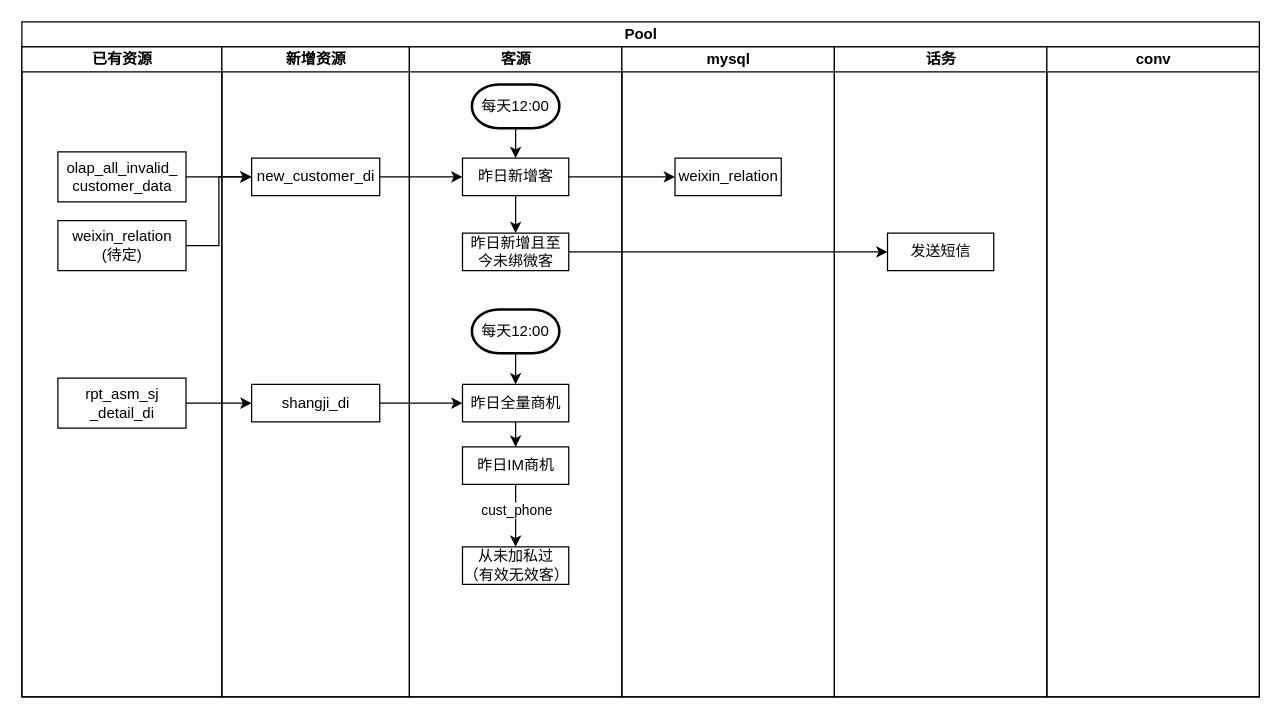
SmellyTrotter/draw.io keeps this draw.io diagram as 240716短信场景拓展.drawio. Above is the earlier version. Source tidied: cells renumbered, new cells numbered last; positions are measured from the earlier drawing's top-left corner, leaving out a move shared by most shapes. Both pictures are drawn from the tidied source at 125%, with x=0, y=0 at pixel (21, 21).
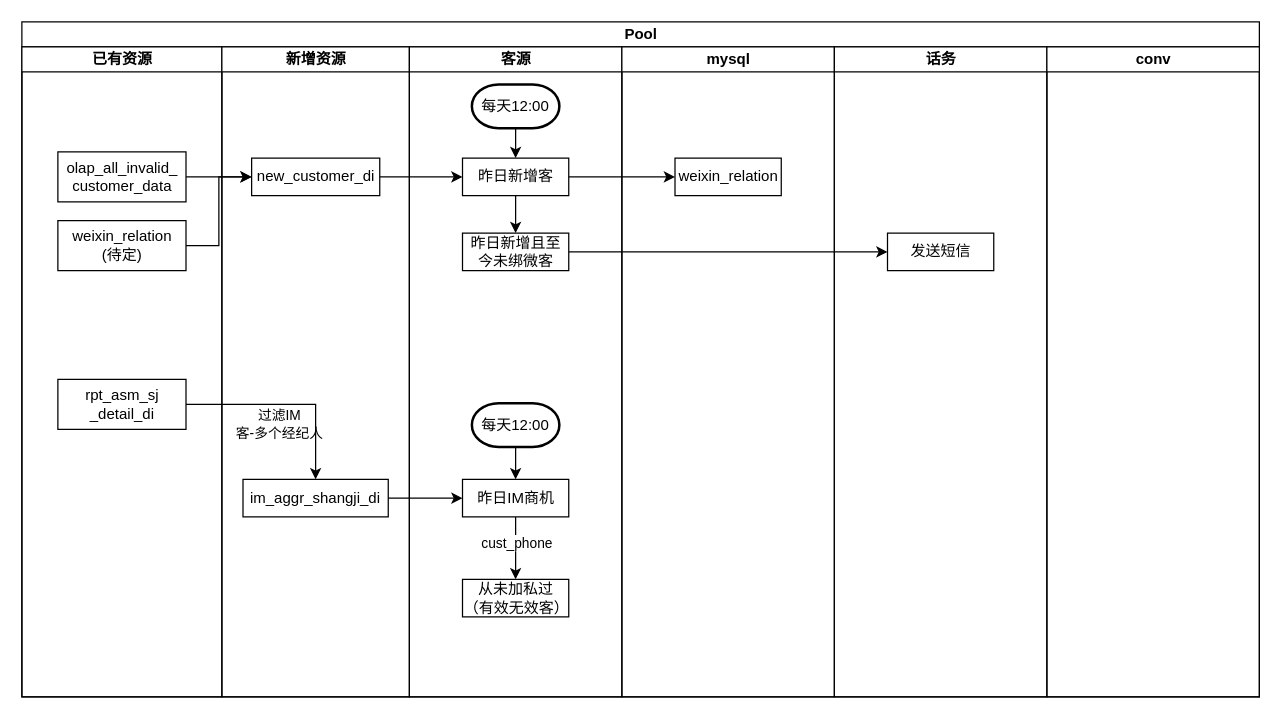
The same diagram, later.

Commit message:
更新240716短信场景拓展.drawio

Unchanged cells that the change refers to:
```xml
<mxCell id="2" value="Pool" style="swimlane;startSize=20;html=1;" parent="1" vertex="1">
  <mxGeometry width="990" height="540" as="geometry" />
</mxCell>
<mxCell id="3" value="已有资源" style="swimlane;startSize=20;html=1;" parent="2" vertex="1">
  <mxGeometry y="20" width="160" height="520" as="geometry" />
</mxCell>
<mxCell id="5" value="新增资源" style="swimlane;startSize=20;html=1;" parent="2" vertex="1">
  <mxGeometry x="160" y="20" width="150" height="520" as="geometry" />
</mxCell>
<mxCell id="7" value="客源" style="swimlane;startSize=20;html=1;" parent="2" vertex="1">
  <mxGeometry x="310" y="20" width="170" height="520" as="geometry" />
</mxCell>
```

The edit, as a diff of the source:
```diff
@@
     <mxCell id="4" value="rpt_asm_sj&lt;div&gt;_detail_di&lt;/div&gt;" style="rounded=0;whiteSpace=wrap;html=1;" parent="3" vertex="1">
-      <mxGeometry x="28.8" y="265" width="102.5" height="40" as="geometry" />
+      <mxGeometry x="28.8" y="266" width="102.5" height="40" as="geometry" />
     </mxCell>
@@
-    <mxCell id="6" value="shangji_di" style="rounded=0;whiteSpace=wrap;html=1;" parent="5" vertex="1">
-      <mxGeometry x="23.8" y="270" width="102.5" height="30" as="geometry" />
-    </mxCell>
+    <mxCell id="36" value="im_aggr_shangji_di" style="rounded=0;whiteSpace=wrap;html=1;" parent="5" vertex="1">
+      <mxGeometry x="16.9" y="346" width="116.2" height="30" as="geometry" />
+    </mxCell>
@@
-    <mxCell id="9" style="edgeStyle=orthogonalEdgeStyle;rounded=0;jettySize=auto;html=1;" parent="7" edge="1" source="10" target="12">
-      <mxGeometry relative="1" as="geometry" />
-    </mxCell>
+    <mxCell id="37" style="edgeStyle=orthogonalEdgeStyle;rounded=0;jettySize=auto;html=1;" parent="7" edge="1" source="10" target="15">
+      <mxGeometry relative="1" as="geometry" />
+    </mxCell>
     <mxCell id="10" value="每天12:00" style="strokeWidth=2;html=1;shape=mxgraph.flowchart.terminator;whiteSpace=wrap;" parent="7" vertex="1">
-      <mxGeometry x="50" y="210" width="70" height="35" as="geometry" />
+      <mxGeometry x="50" y="285" width="70" height="35" as="geometry" />
     </mxCell>
-    <mxCell id="11" style="edgeStyle=orthogonalEdgeStyle;rounded=0;jettySize=auto;html=1;" parent="7" edge="1" source="12" target="15">
-      <mxGeometry relative="1" as="geometry" />
-    </mxCell>
-    <mxCell id="12" value="昨日全量商机" style="rounded=0;whiteSpace=wrap;html=1;" parent="7" vertex="1">
-      <mxGeometry x="42.5" y="270" width="85" height="30" as="geometry" />
-    </mxCell>
@@
     <mxCell id="15" value="昨日IM商机" style="rounded=0;whiteSpace=wrap;html=1;" parent="7" vertex="1">
-      <mxGeometry x="42.5" y="320" width="85" height="30" as="geometry" />
+      <mxGeometry x="42.5" y="346" width="85" height="30" as="geometry" />
     </mxCell>
     <mxCell id="16" value="从未加私过&lt;div&gt;（有效无效客）&lt;/div&gt;" style="rounded=0;whiteSpace=wrap;html=1;" parent="7" vertex="1">
-      <mxGeometry x="42.5" y="400" width="85" height="30" as="geometry" />
+      <mxGeometry x="42.5" y="426" width="85" height="30" as="geometry" />
     </mxCell>
@@
-    <mxCell id="21" style="edgeStyle=orthogonalEdgeStyle;rounded=0;jettySize=auto;html=1;" parent="2" edge="1" source="4" target="6">
-      <mxGeometry relative="1" as="geometry" />
-    </mxCell>
-    <mxCell id="22" style="edgeStyle=orthogonalEdgeStyle;rounded=0;jettySize=auto;html=1;" parent="2" edge="1" source="6" target="12">
-      <mxGeometry relative="1" as="geometry" />
-    </mxCell>
+    <mxCell id="38" style="edgeStyle=orthogonalEdgeStyle;rounded=0;jettySize=auto;html=1;entryX=0;entryY=0.5;entryDx=0;entryDy=0;" parent="2" edge="1" source="36" target="15">
+      <mxGeometry relative="1" as="geometry" />
+    </mxCell>
+    <mxCell id="39" style="edgeStyle=orthogonalEdgeStyle;rounded=0;jettySize=auto;html=1;exitX=1;exitY=0.5;exitDx=0;exitDy=0;" parent="2" edge="1" source="4" target="36">
+      <mxGeometry relative="1" as="geometry" />
+    </mxCell>
+    <mxCell id="40" value="过滤IM&lt;div&gt;客-多个经纪人&lt;/div&gt;" style="edgeLabel;html=1;align=center;verticalAlign=middle;labelBackgroundColor=none;" parent="39" vertex="1">
+      <mxGeometry x="-0.74" relative="1" as="geometry">
+        <mxPoint x="53" y="15" as="offset" />
+      </mxGeometry>
+    </mxCell>
```
